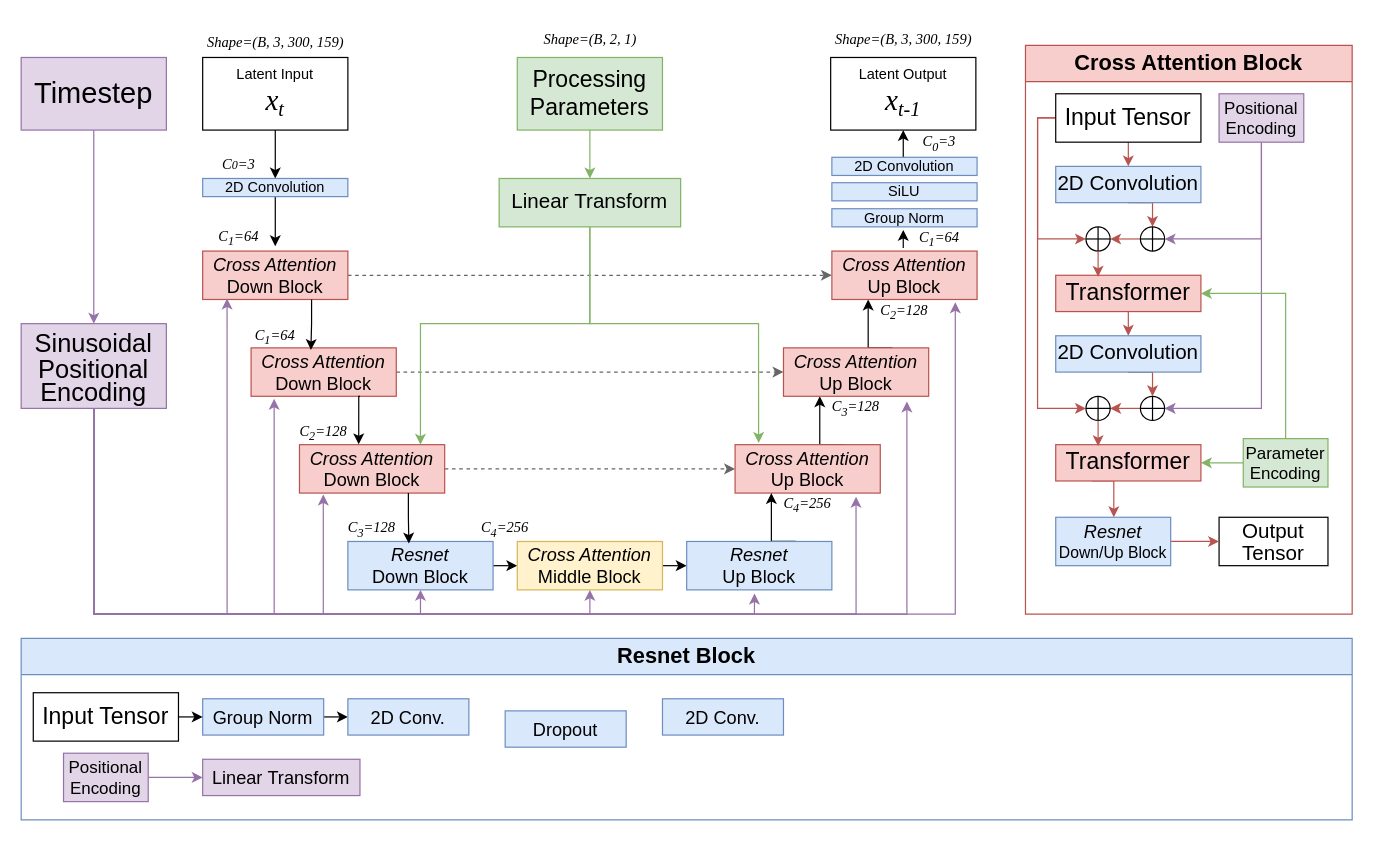
Hudson-Liu/Diagrams keeps this draw.io diagram as UNet2DCondition.drawio. Above is the earlier version. Source tidied: cells renumbered, new cells numbered last; positions are measured from the earlier drawing's top-left corner, leaving out a move shared by most shapes. Both pictures are drawn from the tidied source at 121%, with x=0, y=0 at pixel (21, 21).
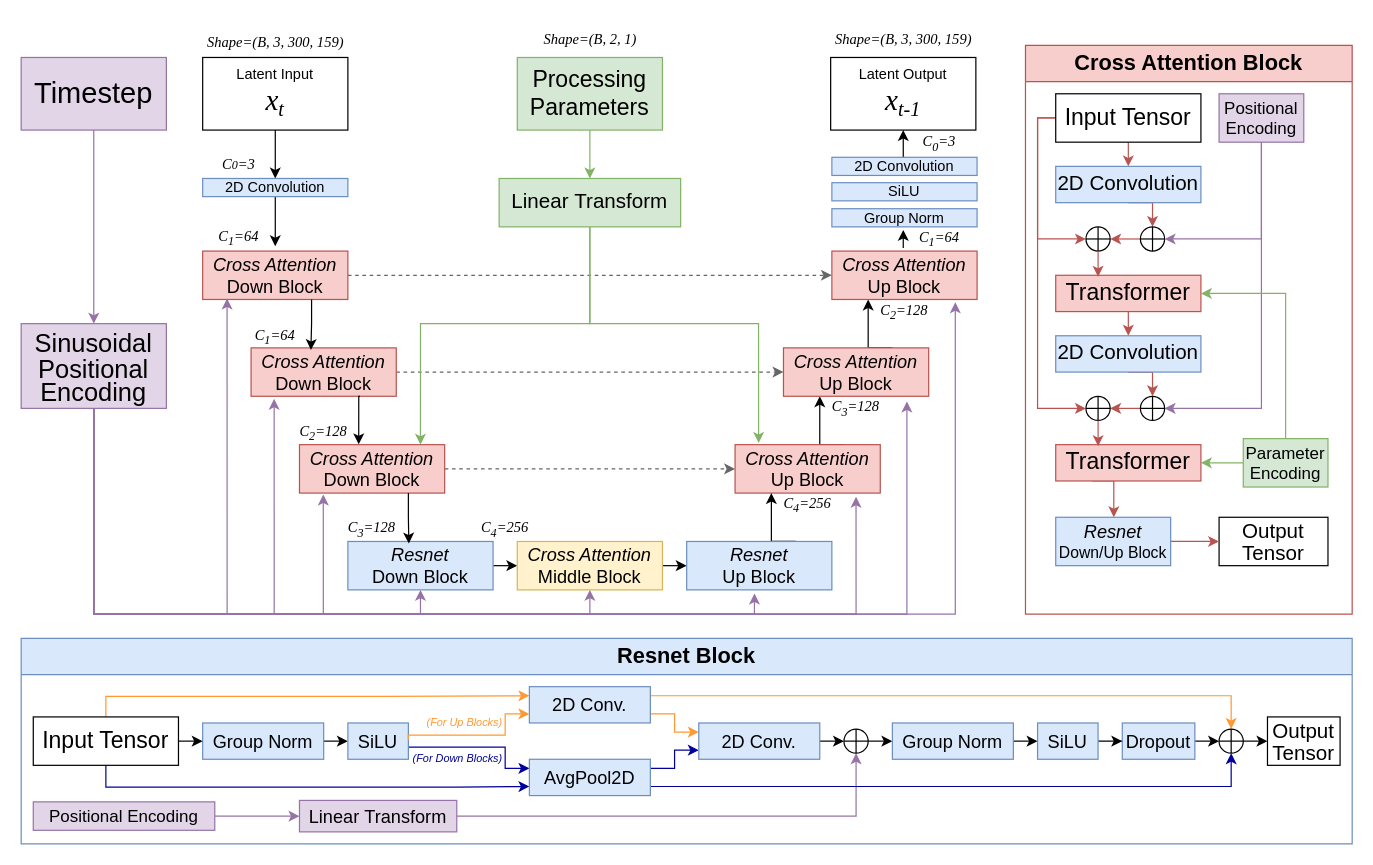
The same diagram, later.

Diff of the diagram source:
```diff
@@
     <mxCell id="91" value="&lt;font style=&quot;font-size: 18px;&quot;&gt;Resnet Block&lt;/font&gt;" style="swimlane;whiteSpace=wrap;html=1;fillColor=#dae8fc;strokeColor=#6c8ebf;startSize=30;" parent="1" vertex="1">
-      <mxGeometry y="510" width="1100" height="150" as="geometry" />
+      <mxGeometry y="510" width="1100" height="170" as="geometry" />
     </mxCell>
-    <mxCell id="92" style="edgeStyle=orthogonalEdgeStyle;rounded=0;jettySize=auto;html=1;exitX=1;exitY=0.5;exitDx=0;exitDy=0;entryX=0;entryY=0.5;entryDx=0;entryDy=0;" parent="91" edge="1" source="93" target="94">
-      <mxGeometry relative="1" as="geometry" />
+    <mxCell id="92" style="edgeStyle=orthogonalEdgeStyle;rounded=0;jettySize=auto;html=1;exitX=1;exitY=0.5;exitDx=0;exitDy=0;entryX=0;entryY=0.5;entryDx=0;entryDy=0;" parent="91" edge="1" source="93">
+      <mxGeometry relative="1" as="geometry">
+        <mxPoint x="270" y="85" as="targetPoint" />
+      </mxGeometry>
     </mxCell>
     <mxCell id="93" value="&lt;font style=&quot;font-size: 15px;&quot;&gt;Group Norm&lt;/font&gt;" style="rounded=0;whiteSpace=wrap;html=1;fillColor=#dae8fc;strokeColor=#6c8ebf;" parent="91" vertex="1">
-      <mxGeometry x="150" y="50" width="100" height="30" as="geometry" />
+      <mxGeometry x="150" y="70" width="100" height="30" as="geometry" />
     </mxCell>
-    <mxCell id="94" value="&lt;span style=&quot;font-size: 15px;&quot;&gt;2D Conv.&lt;/span&gt;" style="rounded=0;whiteSpace=wrap;html=1;fillColor=#dae8fc;strokeColor=#6c8ebf;" parent="91" vertex="1">
-      <mxGeometry x="270" y="50" width="100" height="30" as="geometry" />
-    </mxCell>
+    <mxCell id="106" style="edgeStyle=orthogonalEdgeStyle;rounded=0;jettySize=auto;html=1;exitX=1;exitY=0.5;exitDx=0;exitDy=0;fillColor=#e1d5e7;strokeColor=#9673a6;" parent="91" edge="1" source="95" target="121">
+      <mxGeometry relative="1" as="geometry" />
+    </mxCell>
     <mxCell id="95" value="&lt;div style=&quot;font-size: 15px;&quot;&gt;&lt;font style=&quot;font-size: 15px;&quot;&gt;Linear&amp;nbsp;&lt;/font&gt;&lt;span style=&quot;background-color: initial;&quot;&gt;Transform&lt;/span&gt;&lt;/div&gt;" style="rounded=0;whiteSpace=wrap;html=1;fillColor=#e1d5e7;strokeColor=#9673a6;" parent="91" vertex="1">
-      <mxGeometry x="150" y="100" width="130" height="30" as="geometry" />
+      <mxGeometry x="230" y="134" width="130" height="26" as="geometry" />
     </mxCell>
@@
+    <mxCell id="107" style="edgeStyle=orthogonalEdgeStyle;rounded=0;jettySize=auto;html=1;exitX=0.5;exitY=1;exitDx=0;exitDy=0;entryX=0;entryY=0.75;entryDx=0;entryDy=0;strokeColor=#000099;" parent="91" edge="1" source="97" target="115">
+      <mxGeometry relative="1" as="geometry">
+        <Array as="points">
+          <mxPoint x="70" y="123" />
+          <mxPoint x="360" y="123" />
+        </Array>
+      </mxGeometry>
+    </mxCell>
+    <mxCell id="108" style="edgeStyle=orthogonalEdgeStyle;rounded=0;jettySize=auto;html=1;exitX=0.5;exitY=0;exitDx=0;exitDy=0;entryX=0;entryY=0.25;entryDx=0;entryDy=0;fillColor=#ffe6cc;strokeColor=#FF9933;" parent="91" edge="1" source="97" target="101">
+      <mxGeometry relative="1" as="geometry">
+        <Array as="points">
+          <mxPoint x="70" y="48" />
+          <mxPoint x="300" y="48" />
+        </Array>
+      </mxGeometry>
+    </mxCell>
     <mxCell id="97" value="&lt;font style=&quot;font-size: 19px;&quot;&gt;Input Tensor&lt;/font&gt;" style="rounded=0;whiteSpace=wrap;html=1;" parent="91" vertex="1">
-      <mxGeometry x="10" y="45" width="120" height="40" as="geometry" />
+      <mxGeometry x="10" y="65" width="120" height="40" as="geometry" />
     </mxCell>
@@
     <mxCell id="99" value="&lt;font style=&quot;font-size: 14px;&quot;&gt;Positional Encoding&lt;/font&gt;" style="rounded=0;whiteSpace=wrap;html=1;fillColor=#e1d5e7;strokeColor=#9673a6;" parent="91" vertex="1">
-      <mxGeometry x="35" y="95" width="70" height="40" as="geometry" />
+      <mxGeometry x="10" y="135.2" width="150" height="23.5" as="geometry" />
     </mxCell>
+    <mxCell id="109" style="edgeStyle=orthogonalEdgeStyle;rounded=0;jettySize=auto;html=1;exitX=1;exitY=0.75;exitDx=0;exitDy=0;entryX=0;entryY=0.25;entryDx=0;entryDy=0;strokeColor=#000099;" parent="91" edge="1" target="115">
+      <mxGeometry relative="1" as="geometry">
+        <mxPoint x="320" y="92.5" as="sourcePoint" />
+        <Array as="points">
+          <mxPoint x="320" y="90" />
+          <mxPoint x="400" y="90" />
+          <mxPoint x="400" y="108" />
+          <mxPoint x="420" y="108" />
+        </Array>
+      </mxGeometry>
+    </mxCell>
+    <mxCell id="110" style="edgeStyle=orthogonalEdgeStyle;rounded=0;jettySize=auto;html=1;exitX=1;exitY=0.25;exitDx=0;exitDy=0;entryX=0.5;entryY=0;entryDx=0;entryDy=0;fillColor=#ffe6cc;strokeColor=#FF9933;" parent="91" edge="1" source="101" target="125">
+      <mxGeometry relative="1" as="geometry" />
+    </mxCell>
+    <mxCell id="111" style="edgeStyle=orthogonalEdgeStyle;rounded=0;jettySize=auto;html=1;exitX=1;exitY=0.75;exitDx=0;exitDy=0;entryX=0;entryY=0.25;entryDx=0;entryDy=0;strokeColor=#FF9933;" parent="91" edge="1" source="101" target="94">
+      <mxGeometry relative="1" as="geometry" />
+    </mxCell>
+    <mxCell id="101" value="&lt;span style=&quot;font-size: 15px;&quot;&gt;2D Conv.&lt;/span&gt;" style="rounded=0;whiteSpace=wrap;html=1;fillColor=#dae8fc;strokeColor=#6c8ebf;" parent="91" vertex="1">
+      <mxGeometry x="420" y="40" width="100" height="30" as="geometry" />
+    </mxCell>
+    <mxCell id="112" value="&lt;span style=&quot;font-size: 15px;&quot;&gt;SiLU&lt;/span&gt;" style="rounded=0;whiteSpace=wrap;html=1;fillColor=#dae8fc;strokeColor=#6c8ebf;" parent="91" vertex="1">
+      <mxGeometry x="270" y="70" width="50" height="30" as="geometry" />
+    </mxCell>
+    <mxCell id="113" style="edgeStyle=orthogonalEdgeStyle;rounded=0;jettySize=auto;html=1;exitX=1;exitY=0.25;exitDx=0;exitDy=0;entryX=0;entryY=0.75;entryDx=0;entryDy=0;strokeColor=#000099;" parent="91" edge="1" source="115" target="94">
+      <mxGeometry relative="1" as="geometry" />
+    </mxCell>
+    <mxCell id="114" style="edgeStyle=orthogonalEdgeStyle;rounded=0;jettySize=auto;html=1;exitX=1;exitY=0.75;exitDx=0;exitDy=0;entryX=0.5;entryY=1;entryDx=0;entryDy=0;strokeColor=#000099;" parent="91" edge="1" source="115" target="125">
+      <mxGeometry relative="1" as="geometry" />
+    </mxCell>
+    <mxCell id="115" value="&lt;span style=&quot;font-size: 15px;&quot;&gt;AvgPool2D&lt;/span&gt;" style="rounded=0;whiteSpace=wrap;html=1;fillColor=#dae8fc;strokeColor=#6c8ebf;" parent="91" vertex="1">
+      <mxGeometry x="420" y="100" width="100" height="30" as="geometry" />
+    </mxCell>
+    <mxCell id="116" style="edgeStyle=orthogonalEdgeStyle;rounded=0;jettySize=auto;html=1;exitX=0;exitY=1;exitDx=0;exitDy=0;entryX=0;entryY=0.75;entryDx=0;entryDy=0;fillColor=#ffe6cc;strokeColor=#FF9933;" parent="91" edge="1" source="117" target="101">
+      <mxGeometry relative="1" as="geometry">
+        <Array as="points">
+          <mxPoint x="400" y="80" />
+          <mxPoint x="400" y="63" />
+        </Array>
+      </mxGeometry>
+    </mxCell>
+    <mxCell id="117" value="&lt;i style=&quot;&quot;&gt;&lt;font color=&quot;#ff9933&quot; style=&quot;font-size: 9px;&quot;&gt;(For Up Blocks)&lt;/font&gt;&lt;/i&gt;" style="text;html=1;align=right;verticalAlign=middle;whiteSpace=wrap;rounded=0;" parent="91" vertex="1">
+      <mxGeometry x="320" y="54" width="80" height="30" as="geometry" />
+    </mxCell>
+    <mxCell id="118" value="&lt;i&gt;&lt;font color=&quot;#000099&quot; style=&quot;font-size: 9px;&quot;&gt;(For Down Blocks)&lt;/font&gt;&lt;/i&gt;" style="text;html=1;align=right;verticalAlign=middle;whiteSpace=wrap;rounded=0;strokeColor=none;" parent="91" vertex="1">
+      <mxGeometry x="320" y="84" width="80" height="29" as="geometry" />
+    </mxCell>
+    <mxCell id="119" style="edgeStyle=orthogonalEdgeStyle;rounded=0;jettySize=auto;html=1;exitX=1;exitY=0.5;exitDx=0;exitDy=0;entryX=0;entryY=0.5;entryDx=0;entryDy=0;" parent="91" edge="1" source="94" target="121">
+      <mxGeometry relative="1" as="geometry" />
+    </mxCell>
+    <mxCell id="94" value="&lt;span style=&quot;font-size: 15px;&quot;&gt;2D Conv.&lt;/span&gt;" style="rounded=0;whiteSpace=wrap;html=1;fillColor=#dae8fc;strokeColor=#6c8ebf;" parent="91" vertex="1">
+      <mxGeometry x="560" y="70" width="100" height="30" as="geometry" />
+    </mxCell>
+    <mxCell id="120" style="edgeStyle=orthogonalEdgeStyle;rounded=0;jettySize=auto;html=1;exitX=1;exitY=0.5;exitDx=0;exitDy=0;entryX=0;entryY=0.5;entryDx=0;entryDy=0;" parent="91" edge="1" source="121" target="123">
+      <mxGeometry relative="1" as="geometry" />
+    </mxCell>
+    <mxCell id="121" style="shape=orEllipse;perimeter=ellipsePerimeter;whiteSpace=wrap;html=1;backgroundOutline=1;" parent="91" vertex="1">
+      <mxGeometry x="680" y="75" width="20" height="20" as="geometry" />
+    </mxCell>
+    <mxCell id="122" style="edgeStyle=orthogonalEdgeStyle;rounded=0;jettySize=auto;html=1;exitX=1;exitY=0.5;exitDx=0;exitDy=0;entryX=0;entryY=0.5;entryDx=0;entryDy=0;" parent="91" edge="1" source="123" target="127">
+      <mxGeometry relative="1" as="geometry" />
+    </mxCell>
+    <mxCell id="123" value="&lt;font style=&quot;font-size: 15px;&quot;&gt;Group Norm&lt;/font&gt;" style="rounded=0;whiteSpace=wrap;html=1;fillColor=#dae8fc;strokeColor=#6c8ebf;" parent="91" vertex="1">
+      <mxGeometry x="720" y="70" width="100" height="30" as="geometry" />
+    </mxCell>
+    <mxCell id="124" style="edgeStyle=orthogonalEdgeStyle;rounded=0;jettySize=auto;html=1;exitX=1;exitY=0.5;exitDx=0;exitDy=0;entryX=0;entryY=0.5;entryDx=0;entryDy=0;" parent="91" edge="1" source="125" target="129">
+      <mxGeometry relative="1" as="geometry" />
+    </mxCell>
+    <mxCell id="125" style="shape=orEllipse;perimeter=ellipsePerimeter;whiteSpace=wrap;html=1;backgroundOutline=1;" parent="91" vertex="1">
+      <mxGeometry x="990" y="75" width="20" height="20" as="geometry" />
+    </mxCell>
+    <mxCell id="126" style="edgeStyle=orthogonalEdgeStyle;rounded=0;jettySize=auto;html=1;" parent="91" edge="1" source="127" target="100">
+      <mxGeometry relative="1" as="geometry" />
+    </mxCell>
+    <mxCell id="127" value="&lt;span style=&quot;font-size: 15px;&quot;&gt;SiLU&lt;/span&gt;" style="rounded=0;whiteSpace=wrap;html=1;fillColor=#dae8fc;strokeColor=#6c8ebf;" parent="91" vertex="1">
+      <mxGeometry x="840" y="70" width="50" height="30" as="geometry" />
+    </mxCell>
+    <mxCell id="128" style="edgeStyle=orthogonalEdgeStyle;rounded=0;jettySize=auto;html=1;exitX=1;exitY=0.5;exitDx=0;exitDy=0;entryX=0;entryY=0.5;entryDx=0;entryDy=0;" parent="91" edge="1" source="100" target="125">
+      <mxGeometry relative="1" as="geometry" />
+    </mxCell>
     <mxCell id="100" value="&lt;span style=&quot;font-size: 15px;&quot;&gt;Dropout&lt;/span&gt;" style="rounded=0;whiteSpace=wrap;html=1;fillColor=#dae8fc;strokeColor=#6c8ebf;" parent="91" vertex="1">
-      <mxGeometry x="400" y="60" width="100" height="30" as="geometry" />
+      <mxGeometry x="910" y="70" width="60" height="30" as="geometry" />
     </mxCell>
-    <mxCell id="101" value="&lt;span style=&quot;font-size: 15px;&quot;&gt;2D Conv.&lt;/span&gt;" style="rounded=0;whiteSpace=wrap;html=1;fillColor=#dae8fc;strokeColor=#6c8ebf;" parent="91" vertex="1">
-      <mxGeometry x="530" y="50" width="100" height="30" as="geometry" />
-    </mxCell>
+    <mxCell id="129" value="&lt;font style=&quot;font-size: 17px;&quot;&gt;Output&lt;/font&gt;&lt;div style=&quot;font-size: 17px; line-height: 90%;&quot;&gt;&lt;font style=&quot;font-size: 17px;&quot;&gt;Tensor&lt;/font&gt;&lt;/div&gt;" style="rounded=0;whiteSpace=wrap;html=1;" parent="91" vertex="1">
+      <mxGeometry x="1030" y="65" width="60" height="40" as="geometry" />
+    </mxCell>
```
